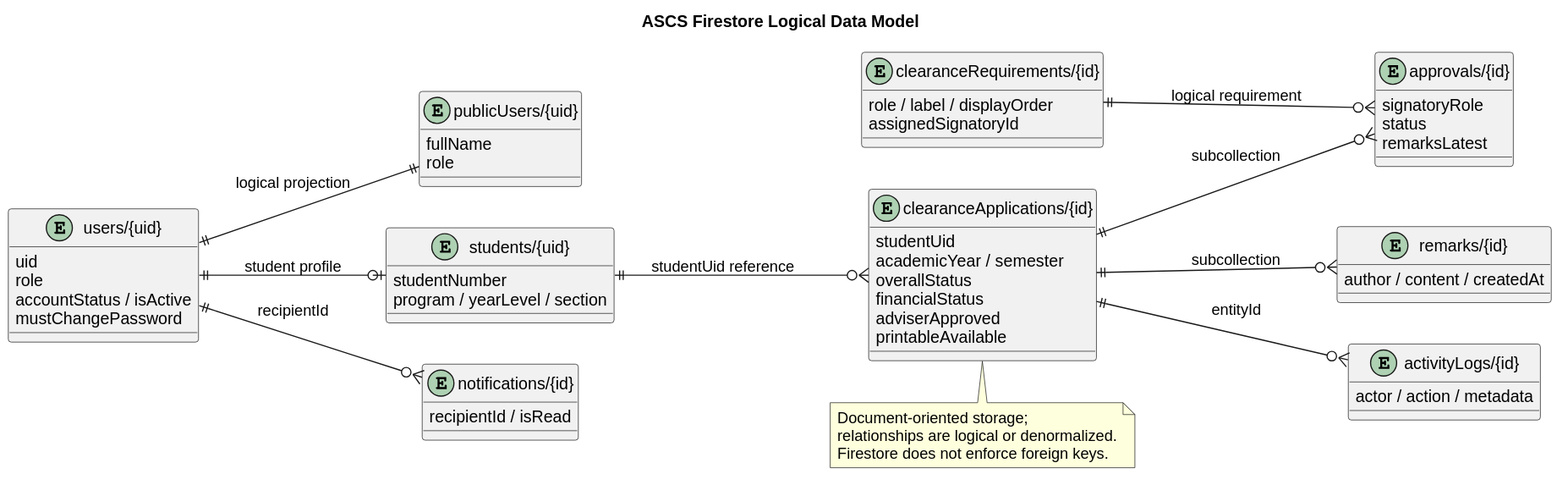
Earlier version of the PlantUML export docs/diagrams/svg/07-firestore-data-model.svg (lucifron28/ascs).
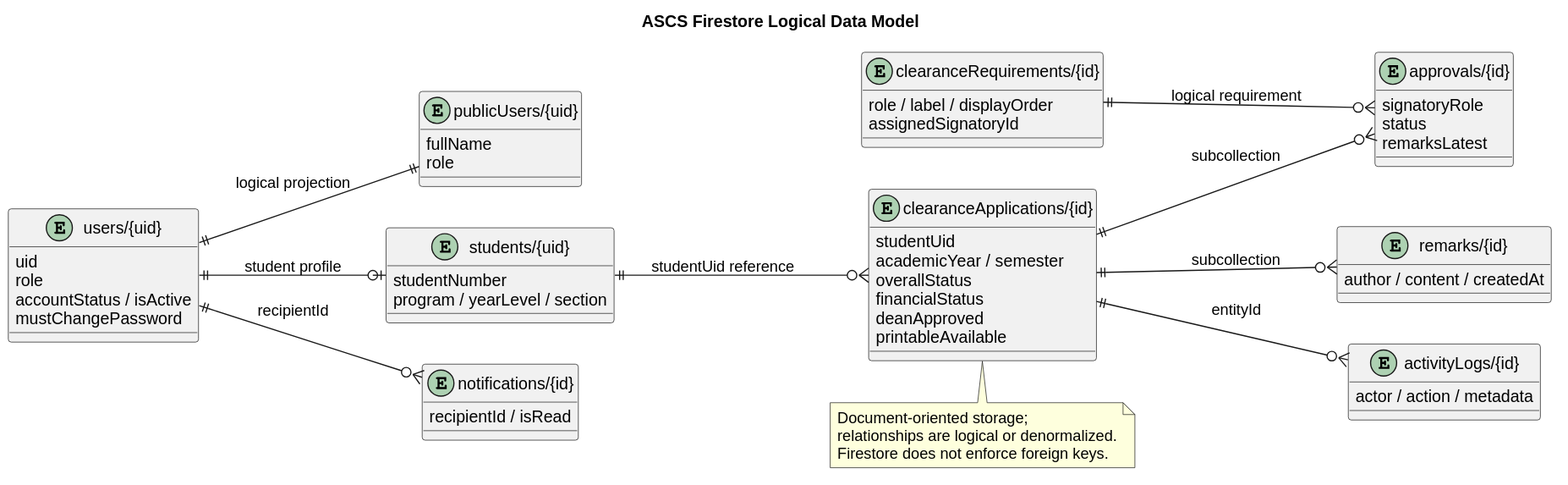
Above is the later version.

The edit, as a diff of the source:
```diff
@@ -32,7 +32,7 @@
   academicYear / semester
   overallStatus
   financialStatus
-  adviserApproved
+  deanApproved
   printableAvailable
 }
 entity "approvals/{id}" as Approvals {
```
